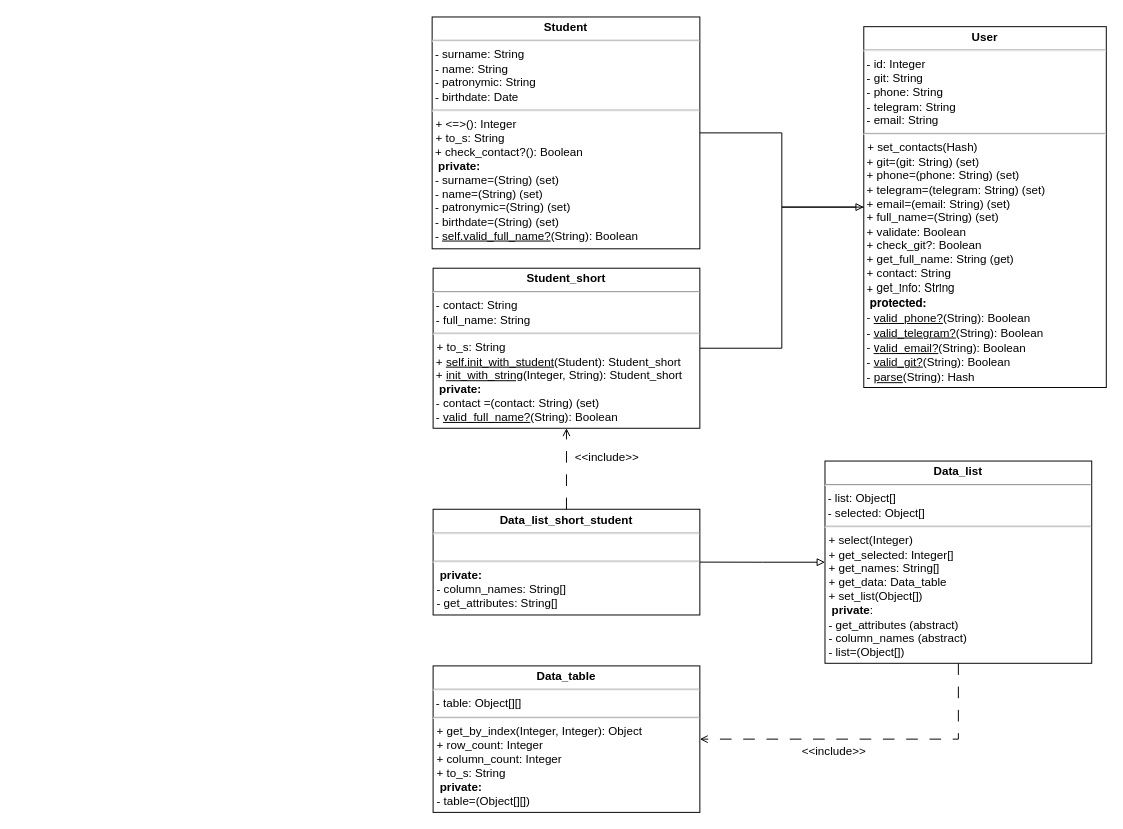
Before: Student Authorization System/Student_Diagr.drawio in asyanix/designPatterns, a draw.io diagram. Source tidied: cells renumbered, new cells numbered last; positions are measured from the earlier drawing's top-left corner, leaving out a move shared by most shapes. Both pictures are drawn from the tidied source at 97%, with x=0, y=0 at pixel (432, 16).
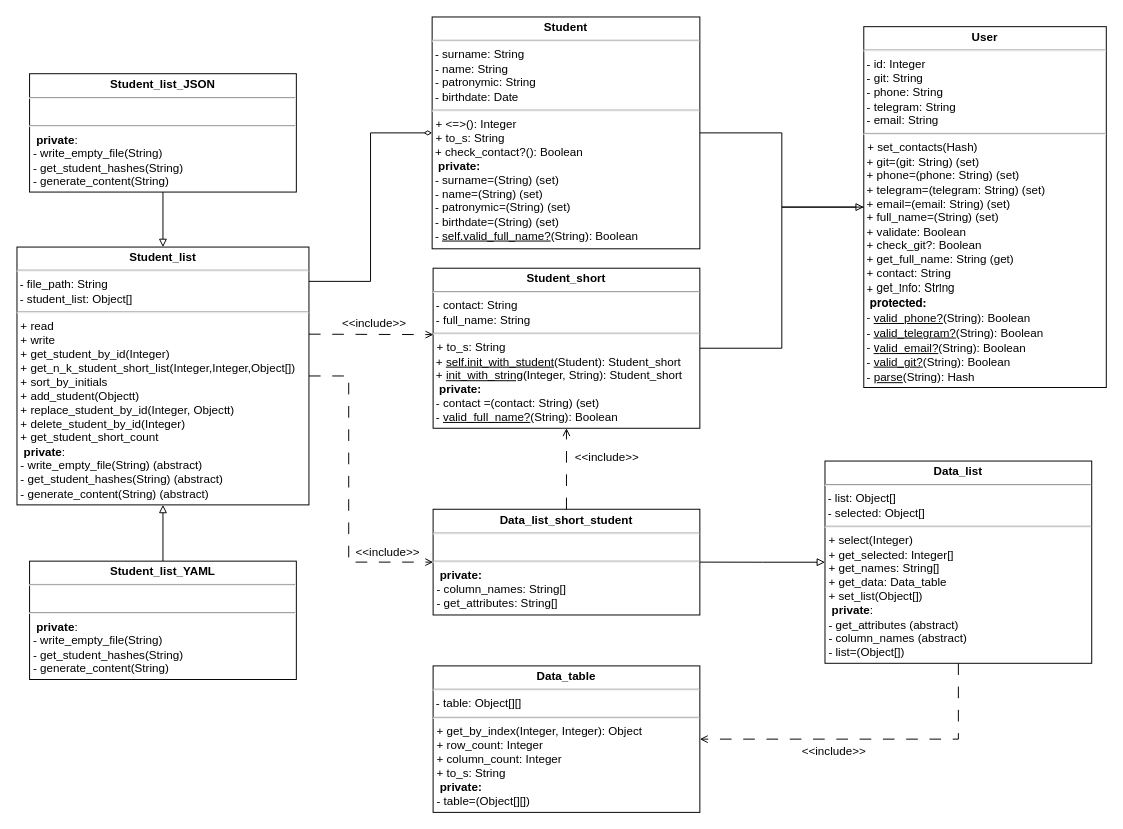
Above is the later version.

Commit message (it also covers changes not shown here):
LR4.2.4: Super class Student_list has been created and duplicate code has been allocated to its methods. Modified class diagram.

Unchanged cells that the change refers to:
```xml
<mxCell id="4" value="&lt;p style=&quot;margin: 4px 0px 0px; text-align: center; font-size: 12px;&quot;&gt;&lt;b style=&quot;font-size: 12px;&quot;&gt;&lt;font style=&quot;font-size: 12px;&quot;&gt;Student&lt;/font&gt;&lt;/b&gt;&lt;/p&gt;&lt;hr style=&quot;font-size: 12px;&quot;&gt;&lt;div style=&quot;border-color: var(--border-color); font-size: 12px;&quot;&gt;&lt;font style=&quot;border-color: var(--border-color); font-size: 12px;&quot;&gt;&amp;nbsp;- surname: String&amp;nbsp;&lt;br style=&quot;font-size: 12px;&quot;&gt;&lt;/font&gt;&lt;/div&gt;&lt;div style=&quot;border-color: var(--border-color); font-size: 12px;&quot;&gt;&lt;font style=&quot;border-color: var(--border-color); font-size: 12px;&quot;&gt;&amp;nbsp;- name: String&amp;nbsp;&lt;/font&gt;&lt;/div&gt;&lt;div style=&quot;border-color: var(--border-color); font-size: 12px;&quot;&gt;&lt;font style=&quot;border-color: var(--border-color); font-size: 12px;&quot;&gt;&amp;nbsp;- patronymic: String&lt;/font&gt;&lt;/div&gt;&lt;div style=&quot;border-color: var(--border-color); font-size: 12px;&quot;&gt;&lt;font style=&quot;border-color: var(--border-color); font-size: 12px;&quot;&gt;&amp;nbsp;- birthdate: Date&amp;nbsp;&lt;/font&gt;&lt;/div&gt;&lt;hr style=&quot;font-size: 12px;&quot;&gt;&lt;p style=&quot;margin: 0px 0px 0px 4px; font-size: 12px;&quot;&gt;&lt;font style=&quot;font-size: 12px;&quot;&gt;+&amp;nbsp;&lt;/font&gt;&amp;lt;=&amp;gt;(): Integer&lt;/p&gt;&lt;p style=&quot;margin: 0px 0px 0px 4px; font-size: 12px;&quot;&gt;&lt;font style=&quot;font-size: 12px;&quot;&gt;+ t&lt;/font&gt;o_s: String&lt;span style=&quot;font-size: 12px; background-color: initial;&quot; class=&quot;Apple-converted-space&quot;&gt;&amp;nbsp;&lt;/span&gt;&lt;/p&gt;&lt;font style=&quot;font-size: 12px;&quot;&gt;&amp;nbsp;+&amp;nbsp;check_contact?(): Boolean&lt;br&gt;&amp;nbsp;&amp;nbsp;&lt;b&gt;private:&lt;/b&gt;&lt;br style=&quot;font-size: 12px;&quot;&gt;&amp;nbsp;- surname=(String) (set)&lt;br style=&quot;font-size: 12px;&quot;&gt;&amp;nbsp;- name=(String) (set)&lt;br style=&quot;font-size: 12px;&quot;&gt;&amp;nbsp;- patronymic=(String)&amp;nbsp;&lt;span style=&quot;background-color: initial; font-size: 12px;&quot; class=&quot;Apple-converted-space&quot;&gt;(set)&lt;br&gt;&amp;nbsp;- birthdate=(String) (set)&lt;span style=&quot;background-color: initial; font-size: 12px;&quot;&gt;&lt;br style=&quot;font-size: 12px;&quot;&gt;&lt;/span&gt;&amp;nbsp;-&amp;nbsp;&lt;u&gt;self.valid_full_name?&lt;/u&gt;(String): Boolean&lt;span style=&quot;font-size: 12px; background-color: initial;&quot; class=&quot;Apple-converted-space&quot;&gt;&amp;nbsp;&lt;/span&gt;&lt;/span&gt;&lt;br style=&quot;font-size: 12px;&quot;&gt;&lt;br style=&quot;font-size: 12px;&quot;&gt;&lt;span style=&quot;background-color: initial; font-size: 12px;&quot; class=&quot;Apple-converted-space&quot;&gt;&amp;nbsp;&lt;/span&gt;&lt;/font&gt;" style="verticalAlign=top;align=left;overflow=fill;fontSize=12;fontFamily=Helvetica;html=1;whiteSpace=wrap;spacingLeft=1;spacing=0;spacingTop=0;" parent="1" vertex="1">
  <mxGeometry width="276" height="239" as="geometry" />
</mxCell>
<mxCell id="6" value="&lt;p style=&quot;margin: 4px 0px 0px; text-align: center;&quot;&gt;&lt;b style=&quot;&quot;&gt;&lt;font face=&quot;Helvetica&quot; style=&quot;font-size: 12px;&quot;&gt;Student_short&lt;/font&gt;&lt;/b&gt;&lt;/p&gt;&lt;hr style=&quot;&quot;&gt;&lt;div style=&quot;border-color: var(--border-color);&quot;&gt;&lt;font style=&quot;font-size: 12px;&quot;&gt;&lt;span style=&quot;background-color: initial;&quot;&gt;&lt;font face=&quot;Lt6sbaxPKtE7krCIfs0r&quot;&gt;&amp;nbsp;-&lt;/font&gt;&amp;nbsp;contact&lt;/span&gt;&lt;span style=&quot;background-color: initial;&quot;&gt;: String&lt;/span&gt;&lt;/font&gt;&lt;/div&gt;&lt;div style=&quot;border-color: var(--border-color);&quot;&gt;&lt;font style=&quot;font-size: 12px;&quot;&gt;&lt;span style=&quot;background-color: initial;&quot;&gt;&amp;nbsp;- full_name: String&lt;/span&gt;&lt;/font&gt;&lt;/div&gt;&lt;hr style=&quot;&quot;&gt;&lt;p style=&quot;margin: 0px 0px 0px 4px;&quot;&gt;&lt;font style=&quot;background-color: initial;&quot;&gt;+&amp;nbsp;&lt;/font&gt;&lt;span style=&quot;background-color: initial;&quot;&gt;to_s: String&lt;/span&gt;&lt;span style=&quot;background-color: initial;&quot; class=&quot;Apple-converted-space&quot;&gt;&amp;nbsp;&lt;/span&gt;&lt;br&gt;&lt;/p&gt;&lt;font style=&quot;font-size: 12px;&quot;&gt;&lt;span style=&quot;background-color: initial;&quot; class=&quot;Apple-converted-space&quot;&gt;&amp;nbsp;+&amp;nbsp;&lt;/span&gt;&lt;u&gt;self.init_with_student&lt;/u&gt;(Student): Student_short&lt;br&gt;&amp;nbsp;+&amp;nbsp;&lt;u&gt;init_with_string&lt;/u&gt;(Integer, String): Student_short&lt;br&gt;&amp;nbsp;&amp;nbsp;&lt;b&gt;private:&lt;/b&gt;&lt;br&gt;&amp;nbsp;- contact =(contact: String) (set)&lt;br&gt;&lt;span style=&quot;background-color: initial;&quot; class=&quot;Apple-converted-space&quot;&gt;&amp;nbsp;-&amp;nbsp;&lt;u&gt;valid_full_name?&lt;/u&gt;(String): Boolean&lt;/span&gt;&lt;br&gt;&lt;br&gt;&lt;span style=&quot;font-family: Lt6sbaxPKtE7krCIfs0r; background-color: initial;&quot; class=&quot;Apple-converted-space&quot;&gt;&amp;nbsp;&lt;/span&gt;&lt;/font&gt;" style="verticalAlign=top;align=left;overflow=fill;fontSize=12;fontFamily=Helvetica;html=1;whiteSpace=wrap;spacingLeft=1;spacing=0;spacingTop=0;" parent="1" vertex="1">
  <mxGeometry x="1" y="259" width="275" height="165" as="geometry" />
</mxCell>
<mxCell id="7" value="&lt;p style=&quot;margin: 4px 0px 0px; text-align: center;&quot;&gt;&lt;b&gt;Data_list_short_student&lt;/b&gt;&lt;/p&gt;&lt;hr style=&quot;&quot;&gt;&lt;div style=&quot;border-color: var(--border-color);&quot;&gt;&lt;br&gt;&lt;/div&gt;&lt;hr style=&quot;&quot;&gt;&lt;p style=&quot;margin: 0px 0px 0px 4px;&quot;&gt;&amp;nbsp;&lt;b&gt;private:&lt;/b&gt;&lt;/p&gt;&lt;p style=&quot;margin: 0px 0px 0px 4px;&quot;&gt;- column_names: String[]&lt;/p&gt;&lt;p style=&quot;margin: 0px 0px 0px 4px;&quot;&gt;-&amp;nbsp;get_attributes: String[]&lt;/p&gt;" style="verticalAlign=top;align=left;overflow=fill;fontSize=12;fontFamily=Helvetica;html=1;whiteSpace=wrap;spacingLeft=1;spacing=0;spacingTop=0;" parent="1" vertex="1">
  <mxGeometry x="1" y="507.5" width="275" height="109" as="geometry" />
</mxCell>
```

The edit, as a diff of the source:
```diff
@@
+    <mxCell id="15" style="edgeStyle=orthogonalEdgeStyle;rounded=0;jettySize=auto;html=1;entryX=0;entryY=0.5;entryDx=0;entryDy=0;endArrow=diamondThin;endFill=0;exitX=1;exitY=0.133;exitDx=0;exitDy=0;exitPerimeter=0;" parent="1" edge="1" source="17" target="4">
+      <mxGeometry relative="1" as="geometry" />
+    </mxCell>
+    <mxCell id="16" style="edgeStyle=orthogonalEdgeStyle;rounded=0;jettySize=auto;html=1;exitX=1;exitY=0.5;exitDx=0;exitDy=0;entryX=0;entryY=0.5;entryDx=0;entryDy=0;dashed=1;dashPattern=12 12;endArrow=open;endFill=0;" parent="1" edge="1" source="17" target="7">
+      <mxGeometry relative="1" as="geometry">
+        <Array as="points">
+          <mxPoint x="-86" y="370" />
+          <mxPoint x="-86" y="562" />
+        </Array>
+      </mxGeometry>
+    </mxCell>
+    <mxCell id="17" value="&lt;p style=&quot;margin: 4px 0px 0px; text-align: center;&quot;&gt;&lt;b&gt;Student_list&lt;/b&gt;&lt;/p&gt;&lt;hr style=&quot;&quot;&gt;&lt;div style=&quot;border-color: var(--border-color);&quot;&gt;&amp;nbsp;- file_path: String&lt;/div&gt;&lt;div style=&quot;border-color: var(--border-color);&quot;&gt;&amp;nbsp;- student_list: Object[]&lt;/div&gt;&lt;hr style=&quot;&quot;&gt;&lt;p style=&quot;margin: 0px 0px 0px 4px;&quot;&gt;&lt;span style=&quot;background-color: initial;&quot;&gt;+ read&lt;/span&gt;&lt;/p&gt;&lt;p style=&quot;margin: 0px 0px 0px 4px;&quot;&gt;+ write&lt;/p&gt;&lt;p style=&quot;margin: 0px 0px 0px 4px;&quot;&gt;+ get_student_by_id(Integer)&lt;/p&gt;&lt;p style=&quot;margin: 0px 0px 0px 4px;&quot;&gt;+ get_n_k_student_short_list(Integer,Integer,Object[])&lt;/p&gt;&lt;p style=&quot;margin: 0px 0px 0px 4px;&quot;&gt;+ sort_by_initials&lt;/p&gt;&lt;p style=&quot;margin: 0px 0px 0px 4px;&quot;&gt;+ add_student(Objectt)&lt;/p&gt;&lt;p style=&quot;margin: 0px 0px 0px 4px;&quot;&gt;+ replace_student_by_id(Integer, Objectt)&lt;/p&gt;&lt;p style=&quot;margin: 0px 0px 0px 4px;&quot;&gt;+ delete_student_by_id(Integer)&lt;/p&gt;&lt;p style=&quot;margin: 0px 0px 0px 4px;&quot;&gt;+ get_student_short_count&lt;/p&gt;&lt;p style=&quot;margin: 0px 0px 0px 4px;&quot;&gt;&lt;b&gt;&amp;nbsp;private&lt;/b&gt;:&lt;/p&gt;&lt;p style=&quot;margin: 0px 0px 0px 4px;&quot;&gt;-&amp;nbsp;write_empty_file(String) (abstract)&lt;/p&gt;&lt;p style=&quot;margin: 0px 0px 0px 4px;&quot;&gt;- get_student_hashes(String) (abstract)&lt;/p&gt;&lt;p style=&quot;margin: 0px 0px 0px 4px;&quot;&gt;- generate_content(String) (abstract)&lt;/p&gt;" style="verticalAlign=top;align=left;overflow=fill;fontSize=12;fontFamily=Helvetica;html=1;whiteSpace=wrap;spacingLeft=1;spacing=0;spacingTop=0;" parent="1" vertex="1">
+      <mxGeometry x="-428" y="237.2" width="301" height="265.8" as="geometry" />
+    </mxCell>
+    <mxCell id="18" style="edgeStyle=orthogonalEdgeStyle;rounded=0;jettySize=auto;html=1;entryX=0.001;entryY=0.415;entryDx=0;entryDy=0;entryPerimeter=0;endArrow=open;endFill=0;dashed=1;dashPattern=12 12;" parent="1" edge="1" target="6">
+      <mxGeometry relative="1" as="geometry">
+        <mxPoint x="-127" y="327" as="sourcePoint" />
+      </mxGeometry>
+    </mxCell>
+    <mxCell id="19" value="&amp;lt;&amp;lt;include&amp;gt;&amp;gt;" style="text;html=1;align=center;verticalAlign=middle;strokeColor=none;fillColor=none;" parent="1" vertex="1">
+      <mxGeometry x="-102" y="303" width="84" height="26" as="geometry" />
+    </mxCell>
+    <mxCell id="20" value="&amp;lt;&amp;lt;include&amp;gt;&amp;gt;" style="text;html=1;align=center;verticalAlign=middle;strokeColor=none;fillColor=none;" parent="1" vertex="1">
+      <mxGeometry x="-88" y="539" width="84" height="26" as="geometry" />
+    </mxCell>
+    <mxCell id="21" style="edgeStyle=orthogonalEdgeStyle;rounded=0;jettySize=auto;html=1;exitX=0.5;exitY=1;exitDx=0;exitDy=0;entryX=0.5;entryY=0;entryDx=0;entryDy=0;endArrow=block;endFill=0;" parent="1" edge="1" source="22" target="17">
+      <mxGeometry relative="1" as="geometry" />
+    </mxCell>
+    <mxCell id="22" value="&lt;p style=&quot;margin: 4px 0px 0px; text-align: center;&quot;&gt;&lt;b&gt;Student_list_JSON&lt;/b&gt;&lt;/p&gt;&lt;hr style=&quot;&quot;&gt;&lt;div style=&quot;border-color: var(--border-color);&quot;&gt;&lt;br&gt;&lt;/div&gt;&lt;hr style=&quot;&quot;&gt;&lt;p style=&quot;margin: 0px 0px 0px 4px;&quot;&gt;&amp;nbsp;&lt;b style=&quot;background-color: initial; border-color: var(--border-color);&quot;&gt;private&lt;/b&gt;:&lt;/p&gt;&lt;p style=&quot;border-color: var(--border-color); margin: 0px 0px 0px 4px;&quot;&gt;-&amp;nbsp;write_empty_file(String)&lt;/p&gt;&lt;p style=&quot;border-color: var(--border-color); margin: 0px 0px 0px 4px;&quot;&gt;- get_student_hashes(String)&lt;/p&gt;&lt;p style=&quot;border-color: var(--border-color); margin: 0px 0px 0px 4px;&quot;&gt;- generate_content(String)&amp;nbsp;&lt;/p&gt;" style="verticalAlign=top;align=left;overflow=fill;fontSize=12;fontFamily=Helvetica;html=1;whiteSpace=wrap;spacingLeft=1;spacing=0;spacingTop=0;" parent="1" vertex="1">
+      <mxGeometry x="-415" y="58.5" width="275" height="122" as="geometry" />
+    </mxCell>
+    <mxCell id="23" style="edgeStyle=orthogonalEdgeStyle;rounded=0;jettySize=auto;html=1;exitX=0.5;exitY=0;exitDx=0;exitDy=0;entryX=0.5;entryY=1;entryDx=0;entryDy=0;endArrow=block;endFill=0;" parent="1" edge="1" source="24" target="17">
+      <mxGeometry relative="1" as="geometry" />
+    </mxCell>
+    <mxCell id="24" value="&lt;p style=&quot;margin: 4px 0px 0px; text-align: center;&quot;&gt;&lt;b&gt;Student_list_YAML&lt;/b&gt;&lt;/p&gt;&lt;hr style=&quot;&quot;&gt;&lt;div style=&quot;border-color: var(--border-color);&quot;&gt;&lt;br&gt;&lt;/div&gt;&lt;hr style=&quot;&quot;&gt;&lt;p style=&quot;margin: 0px 0px 0px 4px;&quot;&gt;&amp;nbsp;&lt;b style=&quot;background-color: initial; border-color: var(--border-color);&quot;&gt;private&lt;/b&gt;:&lt;/p&gt;&lt;p style=&quot;border-color: var(--border-color); margin: 0px 0px 0px 4px;&quot;&gt;-&amp;nbsp;write_empty_file(String)&lt;/p&gt;&lt;p style=&quot;border-color: var(--border-color); margin: 0px 0px 0px 4px;&quot;&gt;- get_student_hashes(String)&lt;/p&gt;&lt;p style=&quot;border-color: var(--border-color); margin: 0px 0px 0px 4px;&quot;&gt;- generate_content(String)&amp;nbsp;&lt;/p&gt;" style="verticalAlign=top;align=left;overflow=fill;fontSize=12;fontFamily=Helvetica;html=1;whiteSpace=wrap;spacingLeft=1;spacing=0;spacingTop=0;" parent="1" vertex="1">
+      <mxGeometry x="-415" y="561" width="275" height="122" as="geometry" />
+    </mxCell>
```
